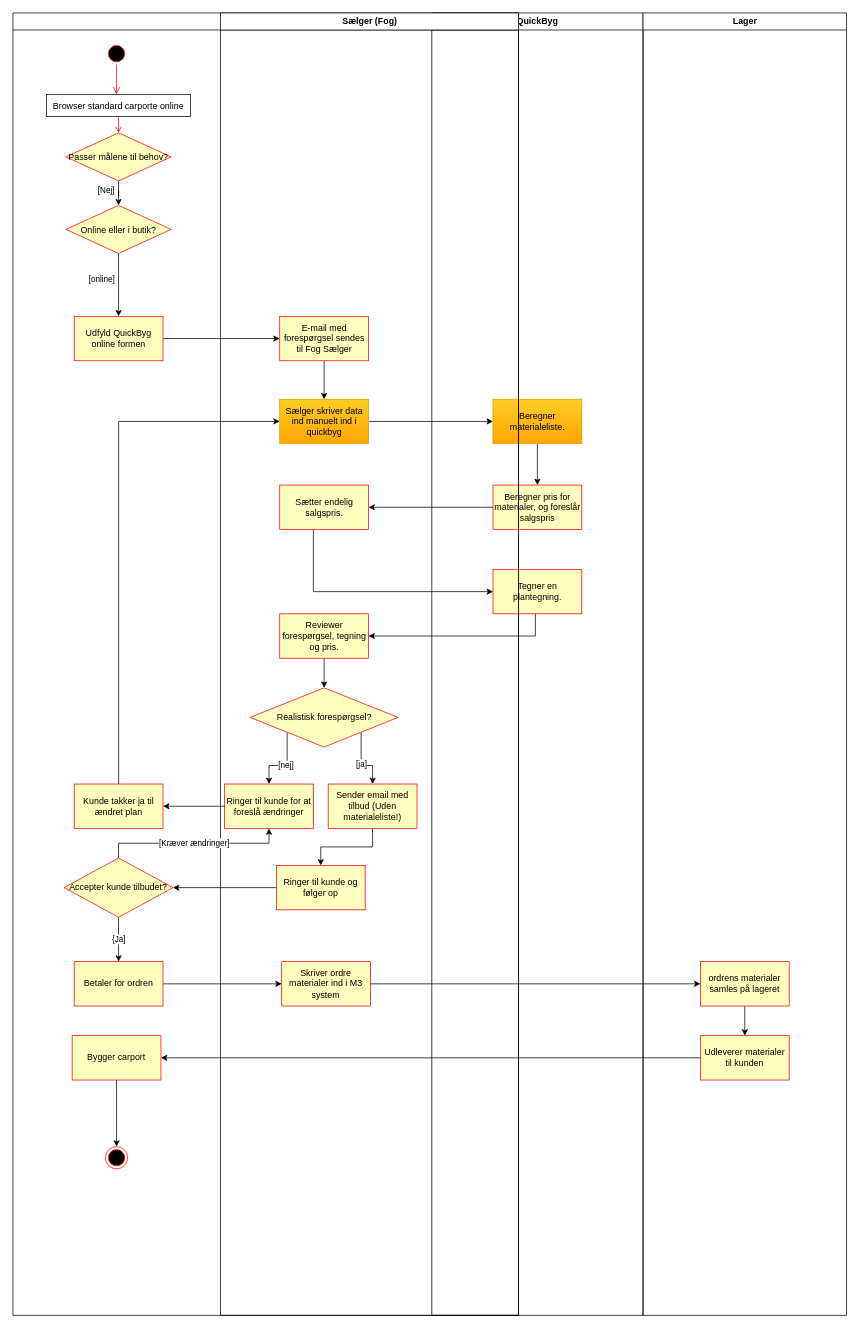
This is AS IS DIAGRAM.drawio from ExTile-crypto/Carport-Cez, a draw.io file, before an edit. Source tidied: cells renumbered, new cells numbered last; positions are measured from the earlier drawing's top-left corner, leaving out a move shared by most shapes. Both pictures are drawn from the tidied source at 74%, with x=0, y=0 at pixel (13, 13).
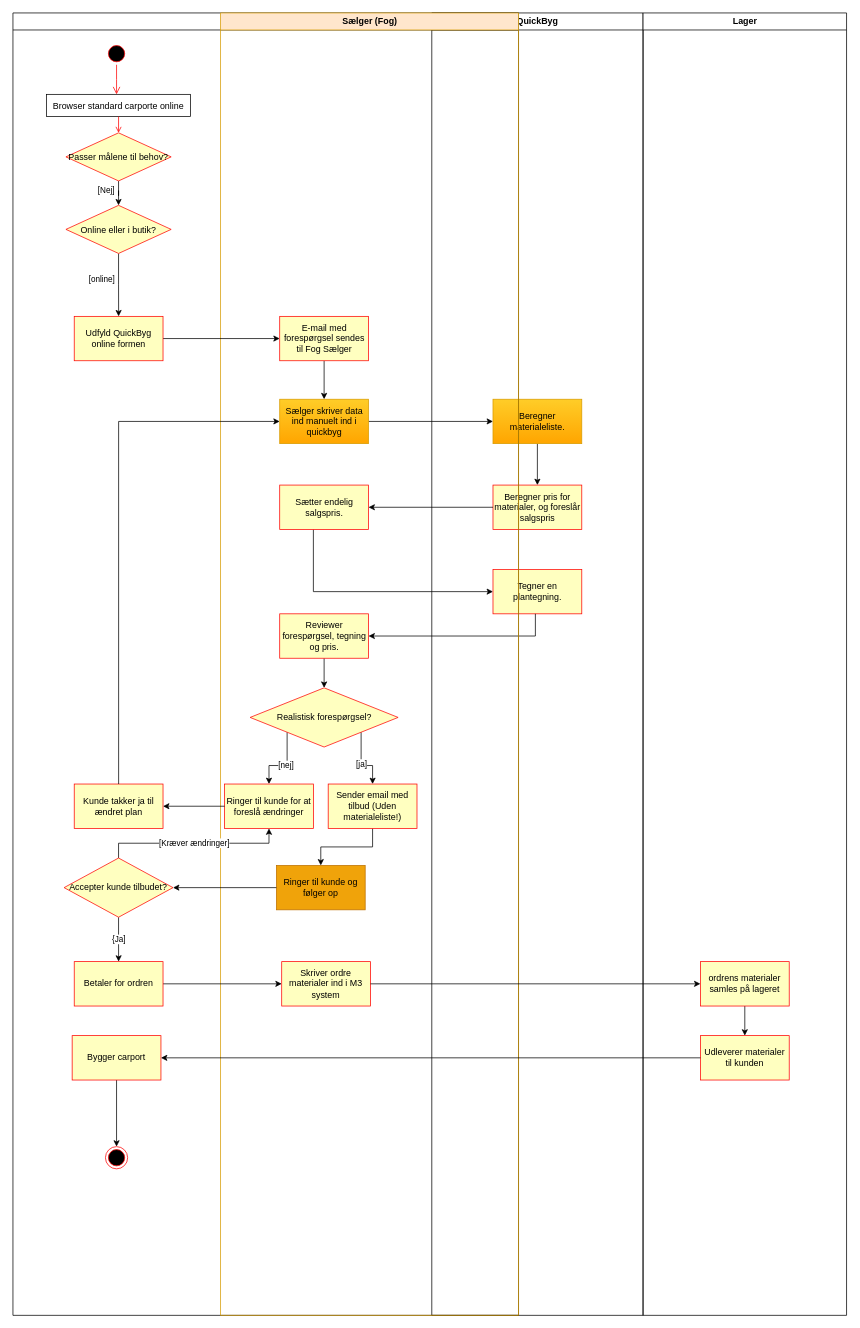
After the change.

Unchanged cells that the change refers to:
```xml
<mxCell id="15" value="Kunde    " style="swimlane;whiteSpace=wrap;" parent="1" vertex="1">
  <mxGeometry width="683.2" height="1760" as="geometry" />
</mxCell>
```

What changed in the source:
```diff
@@
-    <mxCell id="20" value="Sælger (Fog)" style="swimlane;whiteSpace=wrap;" parent="15" vertex="1">
+    <mxCell id="20" value="Sælger (Fog)" style="swimlane;whiteSpace=wrap;fillColor=#ffe6cc;strokeColor=#d79b00;" parent="15" vertex="1">
       <mxGeometry x="280.5" width="402.7" height="1760" as="geometry" />
     </mxCell>
@@
-    <mxCell id="33" value="Ringer til kunde og følger op" style="whiteSpace=wrap;html=1;fillColor=#ffffc0;strokeColor=#ff0000;" parent="20" vertex="1">
+    <mxCell id="33" value="Ringer til kunde og følger op" style="whiteSpace=wrap;html=1;fillColor=#f0a30a;strokeColor=#BD7000;fontColor=#000000;" parent="20" vertex="1">
       <mxGeometry x="75.5" y="1152" width="120" height="60" as="geometry" />
     </mxCell>
```
